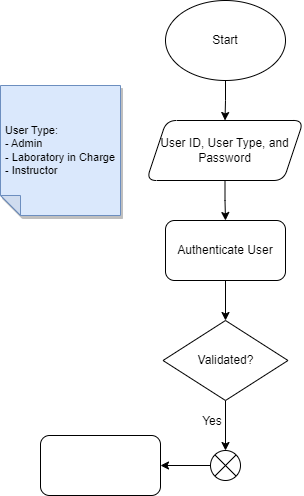
This is Heirarchy of Project Modules/LabSystem_Flowchart.drawio.png from kaisunoo/Acads, a draw.io export, as it was before one commit. Source tidied: cells renumbered, new cells last; positions are measured from the earlier drawing's top-left corner, leaving out a move shared by most shapes.
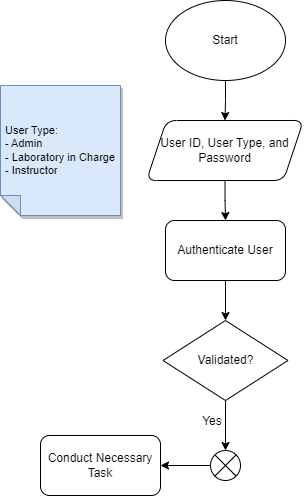
The same file after the commit.

What changed in the source:
```diff
@@ -35,7 +35,7 @@
     <mxCell id="12" style="shape=sumEllipse;perimeter=ellipsePerimeter;whiteSpace=wrap;html=1;backgroundOutline=1;" parent="1" vertex="1">
       <mxGeometry x="210" y="450" width="30" height="30" as="geometry" />
     </mxCell>
-    <mxCell id="13" style="whiteSpace=wrap;html=1;rounded=1;" parent="1" vertex="1">
+    <mxCell id="13" value="Conduct Necessary Task" style="whiteSpace=wrap;html=1;rounded=1;" parent="1" vertex="1">
       <mxGeometry x="40" y="435" width="120" height="60" as="geometry" />
     </mxCell>
     <mxCell id="14" value="&lt;div style=&quot;text-align: left; font-size: 11px;&quot;&gt;&lt;span style=&quot;background-color: initial;&quot;&gt;&lt;font style=&quot;font-size: 11px;&quot;&gt;User Type:&amp;nbsp;&lt;/font&gt;&lt;/span&gt;&lt;/div&gt;&lt;div style=&quot;text-align: left; font-size: 11px;&quot;&gt;&lt;span style=&quot;background-color: initial;&quot;&gt;&lt;font style=&quot;font-size: 11px;&quot;&gt;- Admin&lt;/font&gt;&lt;/span&gt;&lt;/div&gt;&lt;div style=&quot;text-align: left; font-size: 11px;&quot;&gt;&lt;span style=&quot;background-color: initial;&quot;&gt;&lt;font style=&quot;font-size: 11px;&quot;&gt;- Laboratory in Charge&lt;/font&gt;&lt;/span&gt;&lt;/div&gt;&lt;div style=&quot;text-align: left; font-size: 11px;&quot;&gt;&lt;span style=&quot;background-color: initial;&quot;&gt;&lt;font style=&quot;font-size: 11px;&quot;&gt;- Instructor&amp;nbsp;&lt;/font&gt;&lt;/span&gt;&lt;/div&gt;" style="shape=note;whiteSpace=wrap;html=1;backgroundOutline=1;darkOpacity=0.05;fillColor=#dae8fc;strokeColor=#6c8ebf;fillStyle=solid;direction=west;gradientDirection=north;shadow=1;size=20;" parent="1" vertex="1">
```
